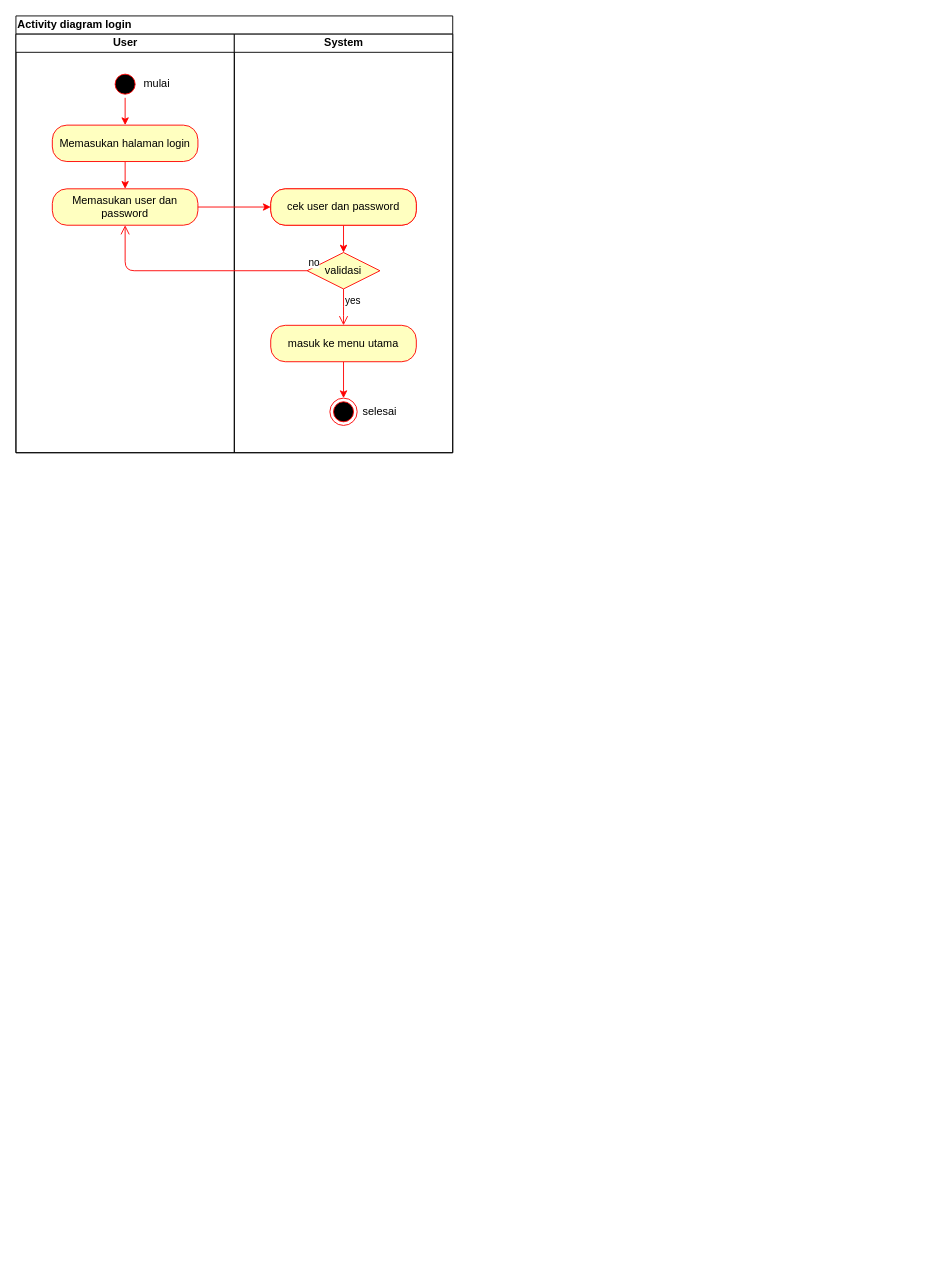
Above: page "ad-login" (5 of 6) of Penulisan/Bab 3.drawio in w4hyud1/leni_karyawan (draw.io), before the change. Source tidied: cells renumbered, new cells numbered last; positions are measured from the earlier drawing's top-left corner, leaving out a move shared by most shapes. Both pictures are drawn from the tidied source at 91%, with x=0, y=0 at pixel (15, 15).
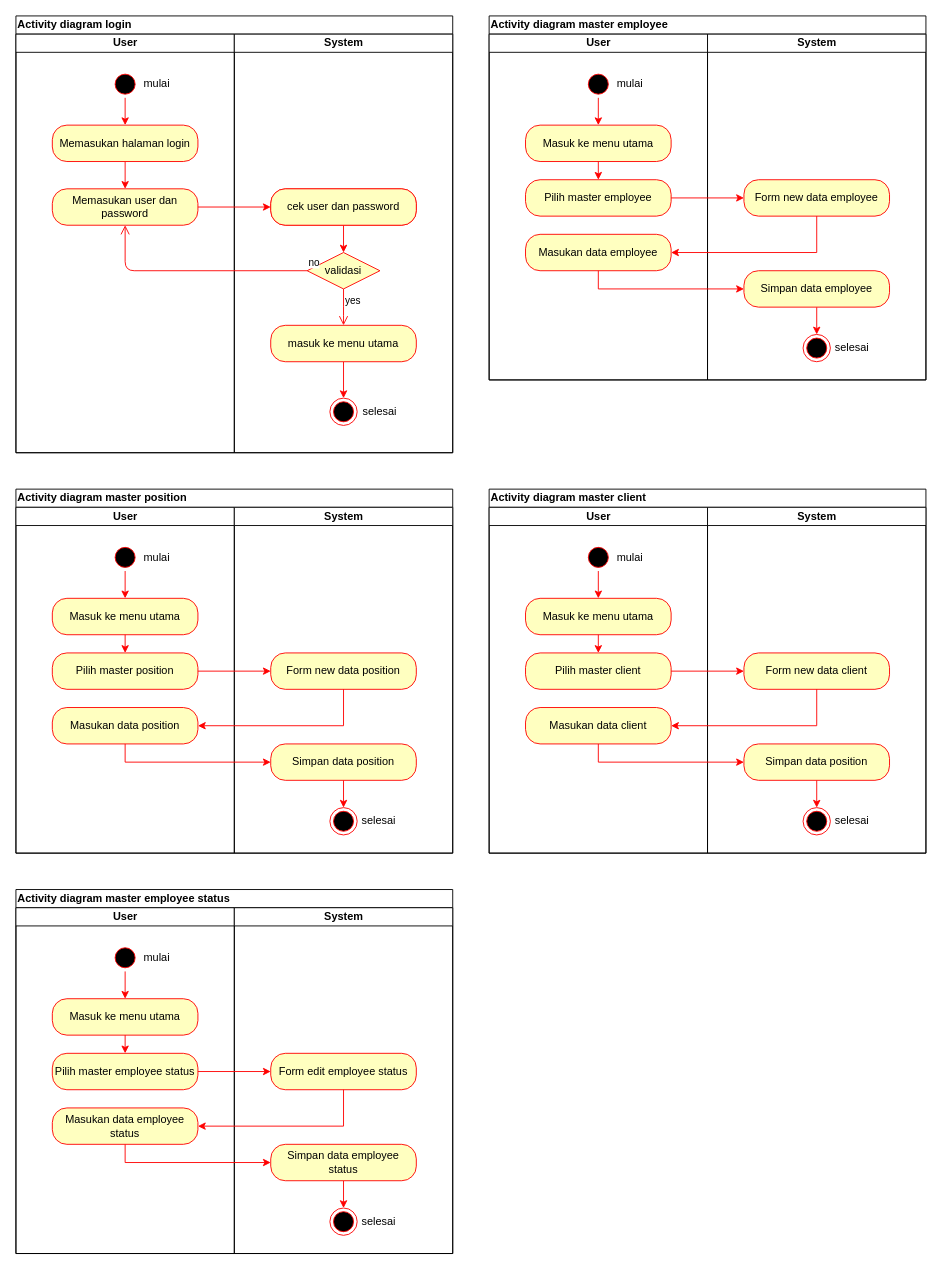
The same page after the edit.

The edit, as a diff of the source:
```diff
@@
+    <mxCell id="22" value="Activity diagram master employee" style="swimlane;html=1;startSize=20;sketch=0;strokeColor=#000000;strokeWidth=1;fillColor=none;align=left;" parent="1" vertex="1">
+      <mxGeometry x="520" width="480" height="400" as="geometry" />
+    </mxCell>
+    <mxCell id="23" value="User" style="swimlane;html=1;startSize=20;" parent="22" vertex="1">
+      <mxGeometry y="20" width="240" height="380" as="geometry" />
+    </mxCell>
+    <mxCell id="24" style="edgeStyle=none;rounded=0;jettySize=auto;html=1;exitX=0.5;exitY=1;exitDx=0;exitDy=0;entryX=0.5;entryY=0;entryDx=0;entryDy=0;endArrow=classic;endFill=1;strokeColor=#FF0000;" parent="23" edge="1" source="25" target="26">
+      <mxGeometry relative="1" as="geometry" />
+    </mxCell>
+    <mxCell id="25" style="ellipse;html=1;shape=startState;fillColor=#000000;strokeColor=#ff0000;sketch=0;align=left;" parent="23" vertex="1">
+      <mxGeometry x="105" y="40" width="30" height="30" as="geometry" />
+    </mxCell>
+    <mxCell id="26" value="Masuk ke menu utama" style="rounded=1;whiteSpace=wrap;html=1;arcSize=40;fontColor=#000000;fillColor=#ffffc0;strokeColor=#ff0000;sketch=0;align=center;" parent="23" vertex="1">
+      <mxGeometry x="40" y="100" width="160" height="40" as="geometry" />
+    </mxCell>
+    <mxCell id="27" value="mulai" style="text;html=1;strokeColor=none;fillColor=none;align=center;verticalAlign=middle;whiteSpace=wrap;rounded=0;sketch=0;" parent="23" vertex="1">
+      <mxGeometry x="135" y="45" width="40" height="20" as="geometry" />
+    </mxCell>
+    <mxCell id="28" value="Masukan data employee" style="rounded=1;whiteSpace=wrap;html=1;arcSize=40;fontColor=#000000;fillColor=#ffffc0;strokeColor=#ff0000;sketch=0;align=center;" parent="23" vertex="1">
+      <mxGeometry x="40" y="220" width="160" height="40" as="geometry" />
+    </mxCell>
+    <mxCell id="29" value="System" style="swimlane;html=1;startSize=20;" parent="22" vertex="1">
+      <mxGeometry x="240" y="20" width="240" height="380" as="geometry" />
+    </mxCell>
+    <mxCell id="30" style="edgeStyle=none;rounded=0;jettySize=auto;html=1;exitX=0.5;exitY=1;exitDx=0;exitDy=0;entryX=0.5;entryY=0;entryDx=0;entryDy=0;endArrow=classic;endFill=1;strokeColor=#FF0000;" parent="29" edge="1" source="31" target="32">
+      <mxGeometry relative="1" as="geometry" />
+    </mxCell>
+    <mxCell id="31" value="Simpan data employee" style="rounded=1;whiteSpace=wrap;html=1;arcSize=40;fontColor=#000000;fillColor=#ffffc0;strokeColor=#ff0000;sketch=0;align=center;" parent="29" vertex="1">
+      <mxGeometry x="40" y="260" width="160" height="40" as="geometry" />
+    </mxCell>
+    <mxCell id="32" style="ellipse;html=1;shape=endState;fillColor=#000000;strokeColor=#ff0000;sketch=0;align=center;" parent="29" vertex="1">
+      <mxGeometry x="105" y="330" width="30" height="30" as="geometry" />
+    </mxCell>
+    <mxCell id="33" value="selesai" style="text;html=1;strokeColor=none;fillColor=none;align=center;verticalAlign=middle;whiteSpace=wrap;rounded=0;sketch=0;" parent="29" vertex="1">
+      <mxGeometry x="139" y="335" width="40" height="20" as="geometry" />
+    </mxCell>
+    <mxCell id="34" value="Form new data employee" style="rounded=1;whiteSpace=wrap;html=1;arcSize=40;fontColor=#000000;fillColor=#ffffc0;strokeColor=#ff0000;sketch=0;align=center;" parent="29" vertex="1">
+      <mxGeometry x="40" y="160" width="160" height="40" as="geometry" />
+    </mxCell>
+    <mxCell id="35" value="Pilih master employee" style="rounded=1;whiteSpace=wrap;html=1;arcSize=40;fontColor=#000000;fillColor=#ffffc0;strokeColor=#ff0000;sketch=0;align=center;" parent="29" vertex="1">
+      <mxGeometry x="-200" y="160" width="160" height="40" as="geometry" />
+    </mxCell>
+    <mxCell id="36" style="edgeStyle=none;rounded=0;jettySize=auto;html=1;exitX=1;exitY=0.5;exitDx=0;exitDy=0;entryX=0;entryY=0.5;entryDx=0;entryDy=0;endArrow=classic;endFill=1;strokeColor=#FF0000;" parent="29" edge="1" source="35">
+      <mxGeometry relative="1" as="geometry">
+        <mxPoint x="40" y="180" as="targetPoint" />
+      </mxGeometry>
+    </mxCell>
+    <mxCell id="37" style="edgeStyle=none;rounded=0;jettySize=auto;html=1;exitX=0.5;exitY=1;exitDx=0;exitDy=0;entryX=0.5;entryY=0;entryDx=0;entryDy=0;endArrow=classic;endFill=1;strokeColor=#FF0000;" parent="22" edge="1" source="26" target="35">
+      <mxGeometry relative="1" as="geometry" />
+    </mxCell>
+    <mxCell id="38" style="edgeStyle=orthogonalEdgeStyle;rounded=0;jettySize=auto;html=1;exitX=0.5;exitY=1;exitDx=0;exitDy=0;entryX=0;entryY=0.5;entryDx=0;entryDy=0;strokeColor=#FF0000;" parent="22" edge="1" source="28" target="31">
+      <mxGeometry relative="1" as="geometry" />
+    </mxCell>
+    <mxCell id="39" style="edgeStyle=orthogonalEdgeStyle;rounded=0;jettySize=auto;html=1;exitX=0.5;exitY=1;exitDx=0;exitDy=0;entryX=1;entryY=0.5;entryDx=0;entryDy=0;fontColor=#FF0000;strokeColor=#FF0000;" parent="22" edge="1" source="34" target="28">
+      <mxGeometry relative="1" as="geometry" />
+    </mxCell>
+    <mxCell id="40" value="Activity diagram master position" style="swimlane;html=1;startSize=20;sketch=0;strokeColor=#000000;strokeWidth=1;fillColor=none;align=left;" parent="1" vertex="1">
+      <mxGeometry y="520" width="480" height="400" as="geometry" />
+    </mxCell>
+    <mxCell id="41" value="User" style="swimlane;html=1;startSize=20;" parent="40" vertex="1">
+      <mxGeometry y="20" width="240" height="380" as="geometry" />
+    </mxCell>
+    <mxCell id="42" style="edgeStyle=none;rounded=0;jettySize=auto;html=1;exitX=0.5;exitY=1;exitDx=0;exitDy=0;entryX=0.5;entryY=0;entryDx=0;entryDy=0;endArrow=classic;endFill=1;strokeColor=#FF0000;" parent="41" edge="1" source="43" target="44">
+      <mxGeometry relative="1" as="geometry" />
+    </mxCell>
+    <mxCell id="43" style="ellipse;html=1;shape=startState;fillColor=#000000;strokeColor=#ff0000;sketch=0;align=left;" parent="41" vertex="1">
+      <mxGeometry x="105" y="40" width="30" height="30" as="geometry" />
+    </mxCell>
+    <mxCell id="44" value="Masuk ke menu utama" style="rounded=1;whiteSpace=wrap;html=1;arcSize=40;fontColor=#000000;fillColor=#ffffc0;strokeColor=#ff0000;sketch=0;align=center;" parent="41" vertex="1">
+      <mxGeometry x="40" y="100" width="160" height="40" as="geometry" />
+    </mxCell>
+    <mxCell id="45" value="mulai" style="text;html=1;strokeColor=none;fillColor=none;align=center;verticalAlign=middle;whiteSpace=wrap;rounded=0;sketch=0;" parent="41" vertex="1">
+      <mxGeometry x="135" y="45" width="40" height="20" as="geometry" />
+    </mxCell>
+    <mxCell id="46" value="Masukan data position" style="rounded=1;whiteSpace=wrap;html=1;arcSize=40;fontColor=#000000;fillColor=#ffffc0;strokeColor=#ff0000;sketch=0;align=center;" parent="41" vertex="1">
+      <mxGeometry x="40" y="220" width="160" height="40" as="geometry" />
+    </mxCell>
+    <mxCell id="47" value="System" style="swimlane;html=1;startSize=20;" parent="40" vertex="1">
+      <mxGeometry x="240" y="20" width="240" height="380" as="geometry" />
+    </mxCell>
+    <mxCell id="48" style="edgeStyle=none;rounded=0;jettySize=auto;html=1;exitX=0.5;exitY=1;exitDx=0;exitDy=0;entryX=0.5;entryY=0;entryDx=0;entryDy=0;endArrow=classic;endFill=1;strokeColor=#FF0000;" parent="47" edge="1" source="49" target="50">
+      <mxGeometry relative="1" as="geometry" />
+    </mxCell>
+    <mxCell id="49" value="Simpan data position" style="rounded=1;whiteSpace=wrap;html=1;arcSize=40;fontColor=#000000;fillColor=#ffffc0;strokeColor=#ff0000;sketch=0;align=center;" parent="47" vertex="1">
+      <mxGeometry x="40" y="260" width="160" height="40" as="geometry" />
+    </mxCell>
+    <mxCell id="50" style="ellipse;html=1;shape=endState;fillColor=#000000;strokeColor=#ff0000;sketch=0;align=center;" parent="47" vertex="1">
+      <mxGeometry x="105" y="330" width="30" height="30" as="geometry" />
+    </mxCell>
+    <mxCell id="51" value="selesai" style="text;html=1;strokeColor=none;fillColor=none;align=center;verticalAlign=middle;whiteSpace=wrap;rounded=0;sketch=0;" parent="47" vertex="1">
+      <mxGeometry x="139" y="335" width="40" height="20" as="geometry" />
+    </mxCell>
+    <mxCell id="52" value="Form new data position" style="rounded=1;whiteSpace=wrap;html=1;arcSize=40;fontColor=#000000;fillColor=#ffffc0;strokeColor=#ff0000;sketch=0;align=center;" parent="47" vertex="1">
+      <mxGeometry x="40" y="160" width="160" height="40" as="geometry" />
+    </mxCell>
+    <mxCell id="53" value="Pilih master position" style="rounded=1;whiteSpace=wrap;html=1;arcSize=40;fontColor=#000000;fillColor=#ffffc0;strokeColor=#ff0000;sketch=0;align=center;" parent="47" vertex="1">
+      <mxGeometry x="-200" y="160" width="160" height="40" as="geometry" />
+    </mxCell>
+    <mxCell id="54" style="edgeStyle=none;rounded=0;jettySize=auto;html=1;exitX=1;exitY=0.5;exitDx=0;exitDy=0;entryX=0;entryY=0.5;entryDx=0;entryDy=0;endArrow=classic;endFill=1;strokeColor=#FF0000;" parent="47" edge="1" source="53">
+      <mxGeometry relative="1" as="geometry">
+        <mxPoint x="40" y="180" as="targetPoint" />
+      </mxGeometry>
+    </mxCell>
+    <mxCell id="55" style="edgeStyle=none;rounded=0;jettySize=auto;html=1;exitX=0.5;exitY=1;exitDx=0;exitDy=0;entryX=0.5;entryY=0;entryDx=0;entryDy=0;endArrow=classic;endFill=1;strokeColor=#FF0000;" parent="40" edge="1" source="44" target="53">
+      <mxGeometry relative="1" as="geometry" />
+    </mxCell>
+    <mxCell id="56" style="edgeStyle=orthogonalEdgeStyle;rounded=0;jettySize=auto;html=1;exitX=0.5;exitY=1;exitDx=0;exitDy=0;entryX=0;entryY=0.5;entryDx=0;entryDy=0;strokeColor=#FF0000;" parent="40" edge="1" source="46" target="49">
+      <mxGeometry relative="1" as="geometry" />
+    </mxCell>
+    <mxCell id="57" style="edgeStyle=orthogonalEdgeStyle;rounded=0;jettySize=auto;html=1;exitX=0.5;exitY=1;exitDx=0;exitDy=0;entryX=1;entryY=0.5;entryDx=0;entryDy=0;fontColor=#FF0000;strokeColor=#FF0000;" parent="40" edge="1" source="52" target="46">
+      <mxGeometry relative="1" as="geometry" />
+    </mxCell>
+    <mxCell id="58" value="Activity diagram master client" style="swimlane;html=1;startSize=20;sketch=0;strokeColor=#000000;strokeWidth=1;fillColor=none;align=left;" parent="1" vertex="1">
+      <mxGeometry x="520" y="520" width="480" height="400" as="geometry" />
+    </mxCell>
+    <mxCell id="59" value="User" style="swimlane;html=1;startSize=20;" parent="58" vertex="1">
+      <mxGeometry y="20" width="240" height="380" as="geometry" />
+    </mxCell>
+    <mxCell id="60" style="edgeStyle=none;rounded=0;jettySize=auto;html=1;exitX=0.5;exitY=1;exitDx=0;exitDy=0;entryX=0.5;entryY=0;entryDx=0;entryDy=0;endArrow=classic;endFill=1;strokeColor=#FF0000;" parent="59" edge="1" source="61" target="62">
+      <mxGeometry relative="1" as="geometry" />
+    </mxCell>
+    <mxCell id="61" style="ellipse;html=1;shape=startState;fillColor=#000000;strokeColor=#ff0000;sketch=0;align=left;" parent="59" vertex="1">
+      <mxGeometry x="105" y="40" width="30" height="30" as="geometry" />
+    </mxCell>
+    <mxCell id="62" value="Masuk ke menu utama" style="rounded=1;whiteSpace=wrap;html=1;arcSize=40;fontColor=#000000;fillColor=#ffffc0;strokeColor=#ff0000;sketch=0;align=center;" parent="59" vertex="1">
+      <mxGeometry x="40" y="100" width="160" height="40" as="geometry" />
+    </mxCell>
+    <mxCell id="63" value="mulai" style="text;html=1;strokeColor=none;fillColor=none;align=center;verticalAlign=middle;whiteSpace=wrap;rounded=0;sketch=0;" parent="59" vertex="1">
+      <mxGeometry x="135" y="45" width="40" height="20" as="geometry" />
+    </mxCell>
+    <mxCell id="64" value="Masukan data client" style="rounded=1;whiteSpace=wrap;html=1;arcSize=40;fontColor=#000000;fillColor=#ffffc0;strokeColor=#ff0000;sketch=0;align=center;" parent="59" vertex="1">
+      <mxGeometry x="40" y="220" width="160" height="40" as="geometry" />
+    </mxCell>
+    <mxCell id="65" value="System" style="swimlane;html=1;startSize=20;" parent="58" vertex="1">
+      <mxGeometry x="240" y="20" width="240" height="380" as="geometry" />
+    </mxCell>
+    <mxCell id="66" style="edgeStyle=none;rounded=0;jettySize=auto;html=1;exitX=0.5;exitY=1;exitDx=0;exitDy=0;entryX=0.5;entryY=0;entryDx=0;entryDy=0;endArrow=classic;endFill=1;strokeColor=#FF0000;" parent="65" edge="1" source="67" target="68">
+      <mxGeometry relative="1" as="geometry" />
+    </mxCell>
+    <mxCell id="67" value="Simpan data position" style="rounded=1;whiteSpace=wrap;html=1;arcSize=40;fontColor=#000000;fillColor=#ffffc0;strokeColor=#ff0000;sketch=0;align=center;" parent="65" vertex="1">
+      <mxGeometry x="40" y="260" width="160" height="40" as="geometry" />
+    </mxCell>
+    <mxCell id="68" style="ellipse;html=1;shape=endState;fillColor=#000000;strokeColor=#ff0000;sketch=0;align=center;" parent="65" vertex="1">
+      <mxGeometry x="105" y="330" width="30" height="30" as="geometry" />
+    </mxCell>
+    <mxCell id="69" value="selesai" style="text;html=1;strokeColor=none;fillColor=none;align=center;verticalAlign=middle;whiteSpace=wrap;rounded=0;sketch=0;" parent="65" vertex="1">
+      <mxGeometry x="139" y="335" width="40" height="20" as="geometry" />
+    </mxCell>
+    <mxCell id="70" value="Form new data client" style="rounded=1;whiteSpace=wrap;html=1;arcSize=40;fontColor=#000000;fillColor=#ffffc0;strokeColor=#ff0000;sketch=0;align=center;" parent="65" vertex="1">
+      <mxGeometry x="40" y="160" width="160" height="40" as="geometry" />
+    </mxCell>
+    <mxCell id="71" value="Pilih master client" style="rounded=1;whiteSpace=wrap;html=1;arcSize=40;fontColor=#000000;fillColor=#ffffc0;strokeColor=#ff0000;sketch=0;align=center;" parent="65" vertex="1">
+      <mxGeometry x="-200" y="160" width="160" height="40" as="geometry" />
+    </mxCell>
+    <mxCell id="72" style="edgeStyle=none;rounded=0;jettySize=auto;html=1;exitX=1;exitY=0.5;exitDx=0;exitDy=0;entryX=0;entryY=0.5;entryDx=0;entryDy=0;endArrow=classic;endFill=1;strokeColor=#FF0000;" parent="65" edge="1" source="71">
+      <mxGeometry relative="1" as="geometry">
+        <mxPoint x="40" y="180" as="targetPoint" />
+      </mxGeometry>
+    </mxCell>
+    <mxCell id="73" style="edgeStyle=none;rounded=0;jettySize=auto;html=1;exitX=0.5;exitY=1;exitDx=0;exitDy=0;entryX=0.5;entryY=0;entryDx=0;entryDy=0;endArrow=classic;endFill=1;strokeColor=#FF0000;" parent="58" edge="1" source="62" target="71">
+      <mxGeometry relative="1" as="geometry" />
+    </mxCell>
+    <mxCell id="74" style="edgeStyle=orthogonalEdgeStyle;rounded=0;jettySize=auto;html=1;exitX=0.5;exitY=1;exitDx=0;exitDy=0;entryX=0;entryY=0.5;entryDx=0;entryDy=0;strokeColor=#FF0000;" parent="58" edge="1" source="64" target="67">
+      <mxGeometry relative="1" as="geometry" />
+    </mxCell>
+    <mxCell id="75" style="edgeStyle=orthogonalEdgeStyle;rounded=0;jettySize=auto;html=1;exitX=0.5;exitY=1;exitDx=0;exitDy=0;entryX=1;entryY=0.5;entryDx=0;entryDy=0;fontColor=#FF0000;strokeColor=#FF0000;" parent="58" edge="1" source="70" target="64">
+      <mxGeometry relative="1" as="geometry" />
+    </mxCell>
+    <mxCell id="76" value="Activity diagram master employee status" style="swimlane;html=1;startSize=20;sketch=0;strokeColor=#000000;strokeWidth=1;fillColor=none;align=left;" parent="1" vertex="1">
+      <mxGeometry y="960" width="480" height="400" as="geometry" />
+    </mxCell>
+    <mxCell id="77" value="User" style="swimlane;html=1;startSize=20;" parent="76" vertex="1">
+      <mxGeometry y="20" width="240" height="380" as="geometry" />
+    </mxCell>
+    <mxCell id="78" style="edgeStyle=none;rounded=0;jettySize=auto;html=1;exitX=0.5;exitY=1;exitDx=0;exitDy=0;entryX=0.5;entryY=0;entryDx=0;entryDy=0;endArrow=classic;endFill=1;strokeColor=#FF0000;" parent="77" edge="1" source="79" target="80">
+      <mxGeometry relative="1" as="geometry" />
+    </mxCell>
+    <mxCell id="79" style="ellipse;html=1;shape=startState;fillColor=#000000;strokeColor=#ff0000;sketch=0;align=left;" parent="77" vertex="1">
+      <mxGeometry x="105" y="40" width="30" height="30" as="geometry" />
+    </mxCell>
+    <mxCell id="80" value="Masuk ke menu utama" style="rounded=1;whiteSpace=wrap;html=1;arcSize=40;fontColor=#000000;fillColor=#ffffc0;strokeColor=#ff0000;sketch=0;align=center;" parent="77" vertex="1">
+      <mxGeometry x="40" y="100" width="160" height="40" as="geometry" />
+    </mxCell>
+    <mxCell id="81" value="mulai" style="text;html=1;strokeColor=none;fillColor=none;align=center;verticalAlign=middle;whiteSpace=wrap;rounded=0;sketch=0;" parent="77" vertex="1">
+      <mxGeometry x="135" y="45" width="40" height="20" as="geometry" />
+    </mxCell>
+    <mxCell id="82" value="Masukan data employee status" style="rounded=1;whiteSpace=wrap;html=1;arcSize=40;fontColor=#000000;fillColor=#ffffc0;strokeColor=#ff0000;sketch=0;align=center;" parent="77" vertex="1">
+      <mxGeometry x="40" y="220" width="160" height="40" as="geometry" />
+    </mxCell>
+    <mxCell id="83" value="System" style="swimlane;html=1;startSize=20;" parent="76" vertex="1">
+      <mxGeometry x="240" y="20" width="240" height="380" as="geometry" />
+    </mxCell>
+    <mxCell id="84" style="edgeStyle=none;rounded=0;jettySize=auto;html=1;exitX=0.5;exitY=1;exitDx=0;exitDy=0;entryX=0.5;entryY=0;entryDx=0;entryDy=0;endArrow=classic;endFill=1;strokeColor=#FF0000;" parent="83" edge="1" source="85" target="86">
+      <mxGeometry relative="1" as="geometry" />
+    </mxCell>
+    <mxCell id="85" value="Simpan data employee status" style="rounded=1;whiteSpace=wrap;html=1;arcSize=40;fontColor=#000000;fillColor=#ffffc0;strokeColor=#ff0000;sketch=0;align=center;" parent="83" vertex="1">
+      <mxGeometry x="40" y="260" width="160" height="40" as="geometry" />
+    </mxCell>
+    <mxCell id="86" style="ellipse;html=1;shape=endState;fillColor=#000000;strokeColor=#ff0000;sketch=0;align=center;" parent="83" vertex="1">
+      <mxGeometry x="105" y="330" width="30" height="30" as="geometry" />
+    </mxCell>
+    <mxCell id="87" value="selesai" style="text;html=1;strokeColor=none;fillColor=none;align=center;verticalAlign=middle;whiteSpace=wrap;rounded=0;sketch=0;" parent="83" vertex="1">
+      <mxGeometry x="139" y="335" width="40" height="20" as="geometry" />
+    </mxCell>
+    <mxCell id="88" value="Form edit employee status" style="rounded=1;whiteSpace=wrap;html=1;arcSize=40;fontColor=#000000;fillColor=#ffffc0;strokeColor=#ff0000;sketch=0;align=center;" parent="83" vertex="1">
+      <mxGeometry x="40" y="160" width="160" height="40" as="geometry" />
+    </mxCell>
+    <mxCell id="89" value="Pilih master employee status" style="rounded=1;whiteSpace=wrap;html=1;arcSize=40;fontColor=#000000;fillColor=#ffffc0;strokeColor=#ff0000;sketch=0;align=center;" parent="83" vertex="1">
+      <mxGeometry x="-200" y="160" width="160" height="40" as="geometry" />
+    </mxCell>
+    <mxCell id="90" style="edgeStyle=none;rounded=0;jettySize=auto;html=1;exitX=1;exitY=0.5;exitDx=0;exitDy=0;entryX=0;entryY=0.5;entryDx=0;entryDy=0;endArrow=classic;endFill=1;strokeColor=#FF0000;" parent="83" edge="1" source="89">
+      <mxGeometry relative="1" as="geometry">
+        <mxPoint x="40" y="180" as="targetPoint" />
+      </mxGeometry>
+    </mxCell>
+    <mxCell id="91" style="edgeStyle=none;rounded=0;jettySize=auto;html=1;exitX=0.5;exitY=1;exitDx=0;exitDy=0;entryX=0.5;entryY=0;entryDx=0;entryDy=0;endArrow=classic;endFill=1;strokeColor=#FF0000;" parent="76" edge="1" source="80" target="89">
+      <mxGeometry relative="1" as="geometry" />
+    </mxCell>
+    <mxCell id="92" style="edgeStyle=orthogonalEdgeStyle;rounded=0;jettySize=auto;html=1;exitX=0.5;exitY=1;exitDx=0;exitDy=0;entryX=0;entryY=0.5;entryDx=0;entryDy=0;strokeColor=#FF0000;" parent="76" edge="1" source="82" target="85">
+      <mxGeometry relative="1" as="geometry" />
+    </mxCell>
+    <mxCell id="93" style="edgeStyle=orthogonalEdgeStyle;rounded=0;jettySize=auto;html=1;exitX=0.5;exitY=1;exitDx=0;exitDy=0;entryX=1;entryY=0.5;entryDx=0;entryDy=0;fontColor=#FF0000;strokeColor=#FF0000;" parent="76" edge="1" source="88" target="82">
+      <mxGeometry relative="1" as="geometry" />
+    </mxCell>
```
